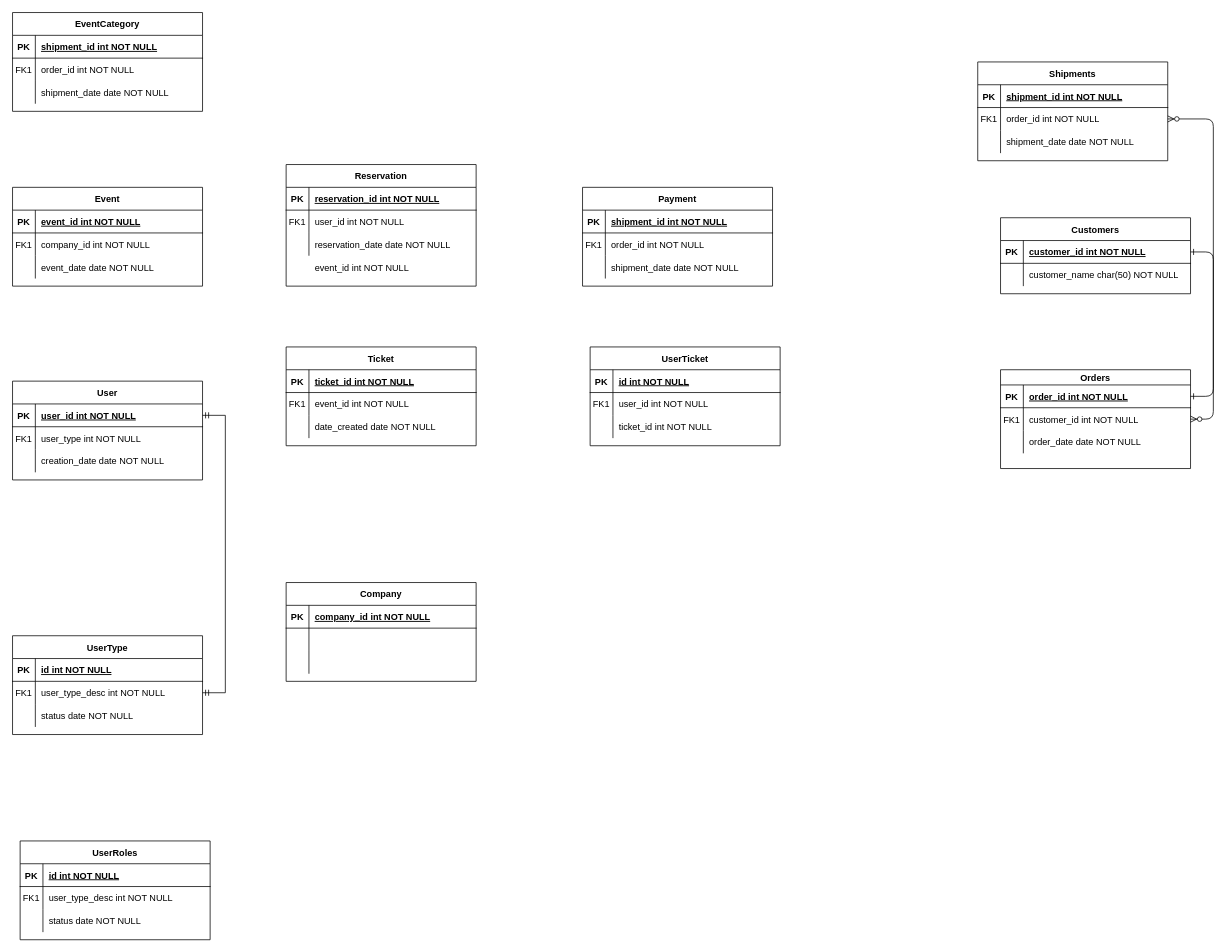
The draw.io diagram Tickoz.drawio in Hillarie-kip/draw.io-diagrams, before the edit. Source tidied: cells renumbered, new cells numbered last; positions are measured from the earlier drawing's top-left corner, leaving out a move shared by most shapes. Both pictures are drawn from the tidied source at 76%, with x=0, y=0 at pixel (12, 12).
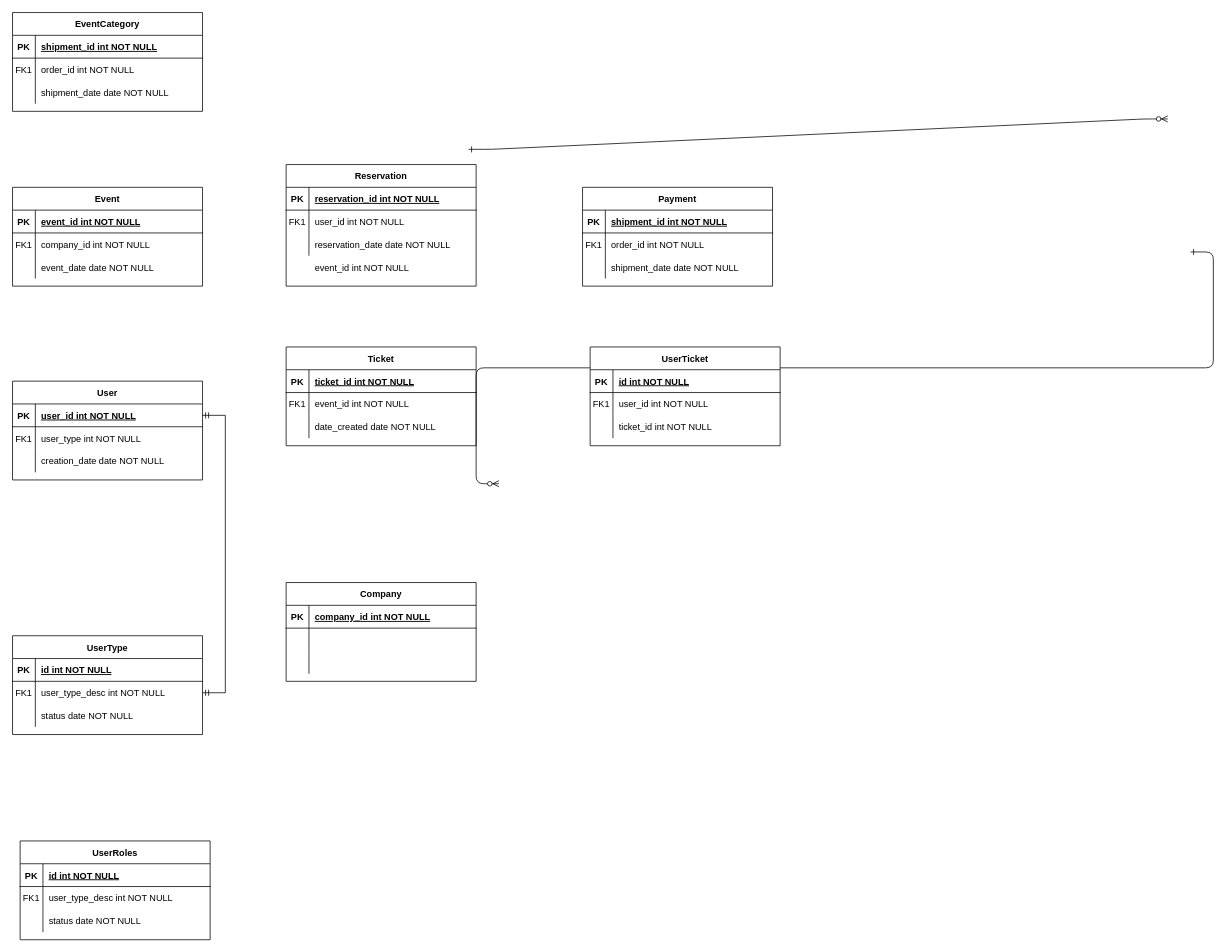
After the change.

What changed in the source:
```diff
@@
-    <mxCell id="2" style="edgeStyle=entityRelationEdgeStyle;endArrow=ERzeroToMany;startArrow=ERone;endFill=1;startFill=0;" parent="1" edge="1" source="25" target="8">
-      <mxGeometry relative="1" as="geometry" />
+    <mxCell id="2" style="edgeStyle=entityRelationEdgeStyle;endArrow=ERzeroToMany;startArrow=ERone;endFill=1;startFill=0;" parent="1" edge="1">
+      <mxGeometry relative="1" as="geometry">
+        <mxPoint x="1550" y="315" as="sourcePoint" />
+        <mxPoint x="640" y="620" as="targetPoint" />
+      </mxGeometry>
     </mxCell>
-    <mxCell id="3" style="edgeStyle=entityRelationEdgeStyle;endArrow=ERzeroToMany;startArrow=ERone;endFill=1;startFill=0;" parent="1" edge="1" source="5" target="18">
-      <mxGeometry relative="1" as="geometry" />
+    <mxCell id="3" style="edgeStyle=entityRelationEdgeStyle;endArrow=ERzeroToMany;startArrow=ERone;endFill=1;startFill=0;" parent="1" edge="1">
+      <mxGeometry relative="1" as="geometry">
+        <mxPoint x="600" y="180" as="sourcePoint" />
+        <mxPoint x="1520" y="140" as="targetPoint" />
+      </mxGeometry>
     </mxCell>
-    <mxCell id="4" value="Orders" style="shape=table;startSize=20;childLayout=tableLayout;rowLines=0;fontStyle=1;align=center;" parent="1" vertex="1">
-      <mxGeometry x="1300" y="470" width="250" height="130" as="geometry" />
-    </mxCell>
-    <mxCell id="5" style="shape=partialRectangle;fillColor=none;points=[[0,0.5],[1,0.5]];portConstraint=eastwest;top=0;left=0;right=0;bottom=1;" parent="4" vertex="1">
-      <mxGeometry y="20" width="250" height="30" as="geometry" />
-    </mxCell>
-    <mxCell id="6" value="PK" style="shape=partialRectangle;overflow=hidden;fillColor=none;top=0;left=0;bottom=0;right=0;fontStyle=1;" parent="5" vertex="1">
-      <mxGeometry width="30" height="30" as="geometry" />
-    </mxCell>
-    <mxCell id="7" value="order_id int NOT NULL " style="shape=partialRectangle;overflow=hidden;fillColor=none;top=0;left=0;bottom=0;right=0;align=left;spacingLeft=6;fontStyle=5;" parent="5" vertex="1">
-      <mxGeometry x="30" width="220" height="30" as="geometry" />
-    </mxCell>
-    <mxCell id="8" style="shape=partialRectangle;fillColor=none;points=[[0,0.5],[1,0.5]];portConstraint=eastwest;top=0;left=0;right=0;bottom=0;" parent="4" vertex="1">
-      <mxGeometry y="50" width="250" height="30" as="geometry" />
-    </mxCell>
-    <mxCell id="9" value="FK1" style="shape=partialRectangle;overflow=hidden;fillColor=none;top=0;left=0;bottom=0;right=0;" parent="8" vertex="1">
-      <mxGeometry width="30" height="30" as="geometry" />
-    </mxCell>
-    <mxCell id="10" value="customer_id int NOT NULL" style="shape=partialRectangle;overflow=hidden;fillColor=none;top=0;left=0;bottom=0;right=0;align=left;spacingLeft=6;" parent="8" vertex="1">
-      <mxGeometry x="30" width="220" height="30" as="geometry" />
-    </mxCell>
-    <mxCell id="11" style="shape=partialRectangle;fillColor=none;top=0;left=0;right=0;bottom=0;" parent="4" vertex="1">
-      <mxGeometry y="80" width="250" height="30" as="geometry" />
-    </mxCell>
-    <mxCell id="12" style="shape=partialRectangle;overflow=hidden;fillColor=none;top=0;left=0;bottom=0;right=0;" parent="11" vertex="1">
-      <mxGeometry width="30" height="30" as="geometry" />
-    </mxCell>
-    <mxCell id="13" value="order_date date NOT NULL" style="shape=partialRectangle;overflow=hidden;fillColor=none;top=0;left=0;bottom=0;right=0;align=left;spacingLeft=6;" parent="11" vertex="1">
-      <mxGeometry x="30" width="220" height="30" as="geometry" />
-    </mxCell>
-    <mxCell id="14" value="Shipments" style="shape=table;startSize=30;childLayout=tableLayout;rowLines=0;fontStyle=1;align=center;" parent="1" vertex="1">
-      <mxGeometry x="1270" y="65" width="250" height="130" as="geometry" />
-    </mxCell>
-    <mxCell id="15" style="shape=partialRectangle;fillColor=none;top=0;left=0;right=0;bottom=1;" parent="14" vertex="1">
-      <mxGeometry y="30" width="250" height="30" as="geometry" />
-    </mxCell>
-    <mxCell id="16" value="PK" style="shape=partialRectangle;overflow=hidden;fillColor=none;top=0;left=0;bottom=0;right=0;fontStyle=1;" parent="15" vertex="1">
-      <mxGeometry width="30" height="30" as="geometry" />
-    </mxCell>
-    <mxCell id="17" value="shipment_id int NOT NULL " style="shape=partialRectangle;overflow=hidden;fillColor=none;top=0;left=0;bottom=0;right=0;align=left;spacingLeft=6;fontStyle=5;" parent="15" vertex="1">
-      <mxGeometry x="30" width="220" height="30" as="geometry" />
-    </mxCell>
-    <mxCell id="18" style="shape=partialRectangle;fillColor=none;points=[[0,0.5],[1,0.5]];portConstraint=eastwest;top=0;left=0;right=0;bottom=0;" parent="14" vertex="1">
-      <mxGeometry y="60" width="250" height="30" as="geometry" />
-    </mxCell>
-    <mxCell id="19" value="FK1" style="shape=partialRectangle;overflow=hidden;fillColor=none;top=0;left=0;bottom=0;right=0;" parent="18" vertex="1">
-      <mxGeometry width="30" height="30" as="geometry" />
-    </mxCell>
-    <mxCell id="20" value="order_id int NOT NULL" style="shape=partialRectangle;overflow=hidden;fillColor=none;top=0;left=0;bottom=0;right=0;align=left;spacingLeft=6;" parent="18" vertex="1">
-      <mxGeometry x="30" width="220" height="30" as="geometry" />
-    </mxCell>
-    <mxCell id="21" style="shape=partialRectangle;fillColor=none;top=0;left=0;right=0;bottom=0;" parent="14" vertex="1">
-      <mxGeometry y="90" width="250" height="30" as="geometry" />
-    </mxCell>
-    <mxCell id="22" style="shape=partialRectangle;overflow=hidden;fillColor=none;top=0;left=0;bottom=0;right=0;" parent="21" vertex="1">
-      <mxGeometry width="30" height="30" as="geometry" />
-    </mxCell>
-    <mxCell id="23" value="shipment_date date NOT NULL" style="shape=partialRectangle;overflow=hidden;fillColor=none;top=0;left=0;bottom=0;right=0;align=left;spacingLeft=6;" parent="21" vertex="1">
-      <mxGeometry x="30" width="220" height="30" as="geometry" />
-    </mxCell>
-    <mxCell id="24" value="Customers" style="shape=table;startSize=30;childLayout=tableLayout;rowLines=0;fontStyle=1;align=center;" parent="1" vertex="1">
-      <mxGeometry x="1300" y="270" width="250" height="100" as="geometry" />
-    </mxCell>
-    <mxCell id="25" style="shape=partialRectangle;fillColor=none;points=[[0,0.5],[1,0.5]];portConstraint=eastwest;top=0;left=0;right=0;bottom=1;" parent="24" vertex="1">
-      <mxGeometry y="30" width="250" height="30" as="geometry" />
-    </mxCell>
-    <mxCell id="26" value="PK" style="shape=partialRectangle;overflow=hidden;fillColor=none;top=0;left=0;bottom=0;right=0;fontStyle=1;" parent="25" vertex="1">
-      <mxGeometry width="30" height="30" as="geometry" />
-    </mxCell>
-    <mxCell id="27" value="customer_id int NOT NULL " style="shape=partialRectangle;overflow=hidden;fillColor=none;top=0;left=0;bottom=0;right=0;align=left;spacingLeft=6;fontStyle=5;" parent="25" vertex="1">
-      <mxGeometry x="30" width="220" height="30" as="geometry" />
-    </mxCell>
-    <mxCell id="28" style="shape=partialRectangle;fillColor=none;top=0;left=0;right=0;bottom=0;" parent="24" vertex="1">
-      <mxGeometry y="60" width="250" height="30" as="geometry" />
-    </mxCell>
-    <mxCell id="29" style="shape=partialRectangle;overflow=hidden;fillColor=none;top=0;left=0;bottom=0;right=0;" parent="28" vertex="1">
-      <mxGeometry width="30" height="30" as="geometry" />
-    </mxCell>
-    <mxCell id="30" value="customer_name char(50) NOT NULL" style="shape=partialRectangle;overflow=hidden;fillColor=none;top=0;left=0;bottom=0;right=0;align=left;spacingLeft=6;" parent="28" vertex="1">
-      <mxGeometry x="30" width="220" height="30" as="geometry" />
-    </mxCell>
```
